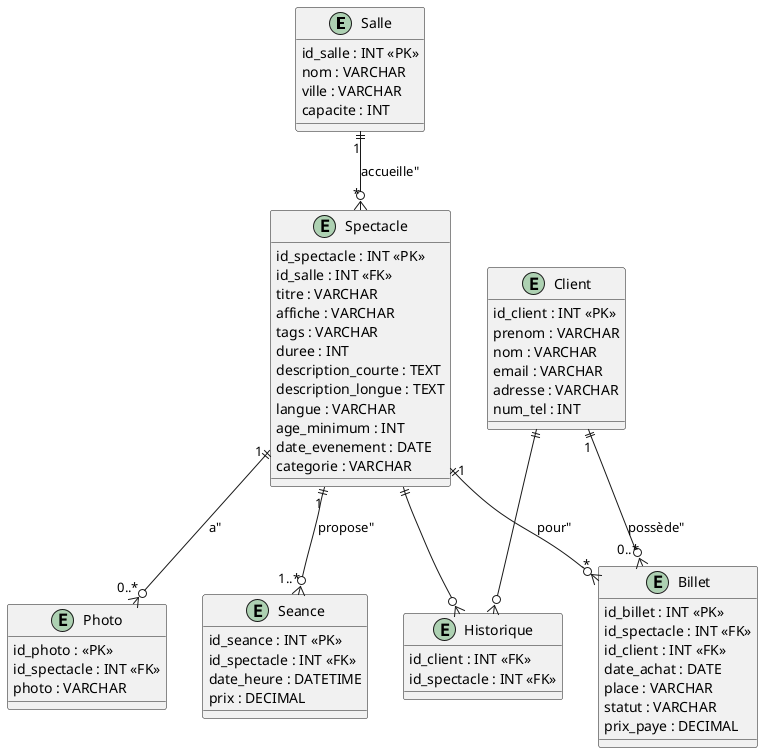
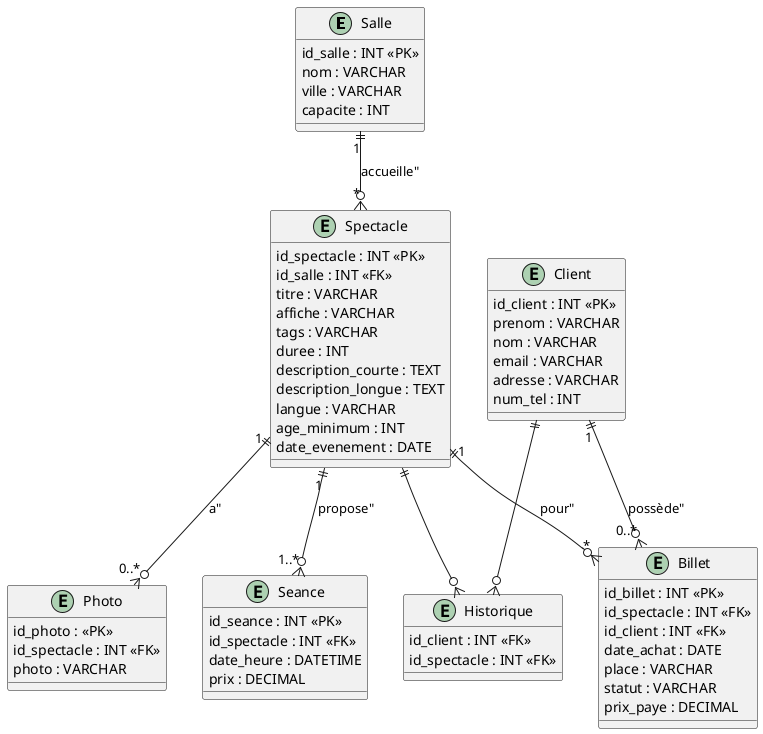
+ ```puml
@startuml

entity "Salle" as salle {
  id_salle : INT <<PK>>
  nom : VARCHAR
  ville : VARCHAR
  capacite : INT
}

entity "Spectacle" as spectacle {
  id_spectacle : INT <<PK>>
  id_salle : INT <<FK>>
  titre : VARCHAR
  affiche : VARCHAR
  tags : VARCHAR
  duree : INT
  description_courte : TEXT
  description_longue : TEXT
  langue : VARCHAR
  age_minimum : INT
  date_evenement : DATE
-   categorie : VARCHAR
}

entity "Photo" as photo {
  id_photo : <<PK>>
  id_spectacle : INT <<FK>>
  photo : VARCHAR
}

entity "Seance" as seance {
  id_seance : INT <<PK>>
  id_spectacle : INT <<FK>>
  date_heure : DATETIME
  prix : DECIMAL
}

entity "Client" as client {
  id_client : INT <<PK>>
  prenom : VARCHAR
  nom : VARCHAR
  email : VARCHAR
  adresse : VARCHAR
  num_tel : INT
}

entity "Historique" as historique {
  id_client : INT <<FK>>
  id_spectacle : INT <<FK>>
}

entity "Billet" as billet {
  id_billet : INT <<PK>>
  id_spectacle : INT <<FK>>
  id_client : INT <<FK>>
  date_achat : DATE
  place : VARCHAR
  statut : VARCHAR
  prix_paye : DECIMAL
}

spectacle ||--o{ historique
client ||--o{ historique
spectacle "1"||--o{ "*" billet : pour"
client "1" ||--o{ "0..*" billet : possède"
salle "1" ||--o{ "*" spectacle : accueille"
spectacle "1" ||--o{ "0..*" photo : a"
spectacle "1" ||--o{ "1..*" seance : propose"

@enduml
+ ```
